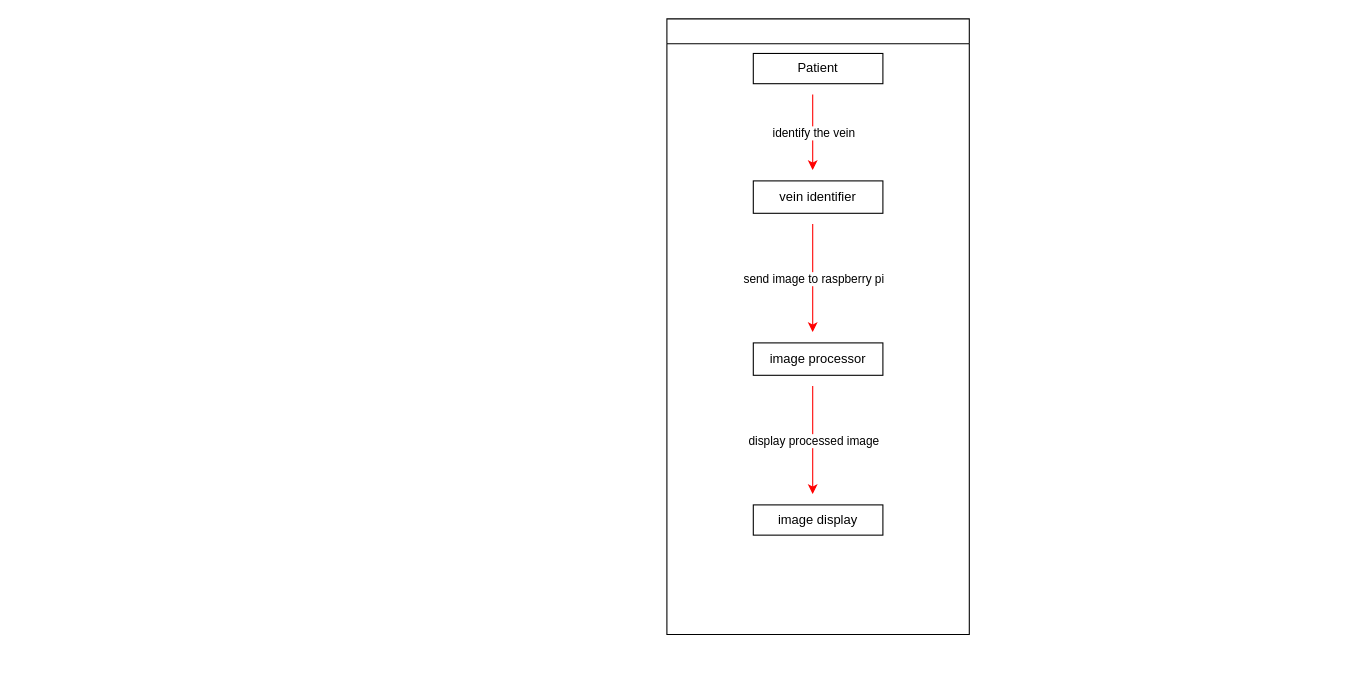
The draw.io diagram diagrams/use case diagram.drawio in PramodhLahiru/final-year, before the edit. Source tidied: cells renumbered, new cells numbered last; positions are measured from the earlier drawing's top-left corner, leaving out a move shared by most shapes. Both pictures are drawn from the tidied source at 108%, with x=0, y=0 at pixel (666, 18).
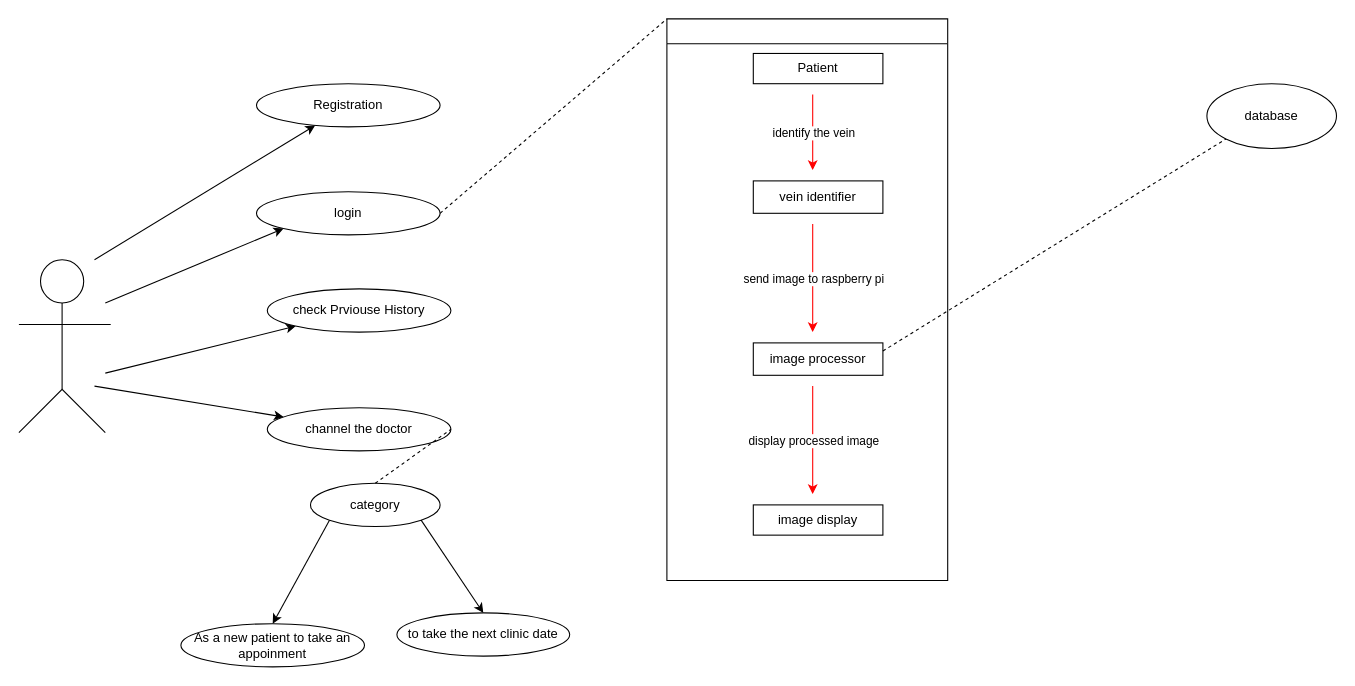
The same diagram, later.

Unchanged cells that the change refers to:
```xml
<mxCell id="5" value="image processor" style="rounded=0;whiteSpace=wrap;html=1;" parent="2" vertex="1">
  <mxGeometry x="80" y="300" width="120" height="30" as="geometry" />
</mxCell>
```

Change to the diagram source:
```diff
@@
     <mxCell id="2" style="swimlane;whiteSpace=wrap;" parent="1" vertex="1">
-      <mxGeometry width="280" height="570" as="geometry" />
+      <mxGeometry width="260" height="520" as="geometry" />
     </mxCell>
@@
+    <mxCell id="13" style="ellipse;whiteSpace=wrap;html=1;" parent="1" vertex="1">
+      <mxGeometry x="-580" y="223" width="40" height="40" as="geometry" />
+    </mxCell>
+    <mxCell id="14" style="endArrow=none;html=1;rounded=0;" parent="1" edge="1">
+      <mxGeometry relative="1" as="geometry">
+        <mxPoint x="-560" y="343" as="sourcePoint" />
+        <mxPoint x="-560" y="263" as="targetPoint" />
+      </mxGeometry>
+    </mxCell>
+    <mxCell id="15" style="endArrow=none;html=1;rounded=0;" parent="1" edge="1">
+      <mxGeometry relative="1" as="geometry">
+        <mxPoint x="-600" y="283" as="sourcePoint" />
+        <mxPoint x="-515" y="283" as="targetPoint" />
+      </mxGeometry>
+    </mxCell>
+    <mxCell id="16" style="endArrow=none;html=1;rounded=0;" parent="1" edge="1">
+      <mxGeometry relative="1" as="geometry">
+        <mxPoint x="-600" y="383" as="sourcePoint" />
+        <mxPoint x="-520" y="383" as="targetPoint" />
+        <Array as="points">
+          <mxPoint x="-560" y="343" />
+        </Array>
+      </mxGeometry>
+    </mxCell>
+    <mxCell id="17" value="Registration" style="ellipse;whiteSpace=wrap;html=1;" parent="1" vertex="1">
+      <mxGeometry x="-380" y="60" width="170" height="40" as="geometry" />
+    </mxCell>
+    <mxCell id="18" value="login" style="ellipse;whiteSpace=wrap;html=1;" parent="1" vertex="1">
+      <mxGeometry x="-380" y="160" width="170" height="40" as="geometry" />
+    </mxCell>
+    <mxCell id="19" value="check Prviouse History" style="ellipse;whiteSpace=wrap;html=1;" parent="1" vertex="1">
+      <mxGeometry x="-370" y="250" width="170" height="40" as="geometry" />
+    </mxCell>
+    <mxCell id="20" value="channel the doctor" style="ellipse;whiteSpace=wrap;html=1;" parent="1" vertex="1">
+      <mxGeometry x="-370" y="360" width="170" height="40" as="geometry" />
+    </mxCell>
+    <mxCell id="21" style="endArrow=classic;html=1;rounded=0;" parent="1" edge="1" target="17">
+      <mxGeometry relative="1" as="geometry">
+        <mxPoint x="-530" y="223" as="sourcePoint" />
+      </mxGeometry>
+    </mxCell>
+    <mxCell id="22" style="endArrow=classic;html=1;rounded=0;entryX=0;entryY=1;entryDx=0;entryDy=0;" parent="1" edge="1" target="18">
+      <mxGeometry relative="1" as="geometry">
+        <mxPoint x="-520" y="263" as="sourcePoint" />
+      </mxGeometry>
+    </mxCell>
+    <mxCell id="23" style="endArrow=classic;html=1;rounded=0;" parent="1" edge="1" target="19">
+      <mxGeometry relative="1" as="geometry">
+        <mxPoint x="-520" y="328" as="sourcePoint" />
+      </mxGeometry>
+    </mxCell>
+    <mxCell id="24" style="endArrow=classic;html=1;rounded=0;" parent="1" edge="1" target="20">
+      <mxGeometry relative="1" as="geometry">
+        <mxPoint x="-530" y="340" as="sourcePoint" />
+      </mxGeometry>
+    </mxCell>
+    <mxCell id="25" value="category" style="ellipse;whiteSpace=wrap;html=1;" parent="1" vertex="1">
+      <mxGeometry x="-330" y="430" width="120" height="40" as="geometry" />
+    </mxCell>
+    <mxCell id="26" style="endArrow=none;dashed=1;html=1;rounded=0;entryX=0;entryY=0;entryDx=0;entryDy=0;" parent="1" edge="1" target="2">
+      <mxGeometry relative="1" as="geometry">
+        <mxPoint x="-210" y="180" as="sourcePoint" />
+      </mxGeometry>
+    </mxCell>
+    <mxCell id="27" style="endArrow=none;dashed=1;html=1;rounded=0;entryX=1;entryY=0.5;entryDx=0;entryDy=0;exitX=0.5;exitY=0;exitDx=0;exitDy=0;" parent="1" edge="1" source="25" target="20">
+      <mxGeometry relative="1" as="geometry" />
+    </mxCell>
+    <mxCell id="28" value="As a new patient to take an appoinment" style="ellipse;whiteSpace=wrap;html=1;" parent="1" vertex="1">
+      <mxGeometry x="-450" y="560" width="170" height="40" as="geometry" />
+    </mxCell>
+    <mxCell id="29" value="to take the next clinic date" style="ellipse;whiteSpace=wrap;html=1;" parent="1" vertex="1">
+      <mxGeometry x="-250" y="550" width="160" height="40" as="geometry" />
+    </mxCell>
+    <mxCell id="30" style="endArrow=classic;html=1;rounded=0;entryX=0.5;entryY=0;entryDx=0;entryDy=0;exitX=0;exitY=1;exitDx=0;exitDy=0;" parent="1" edge="1" source="25" target="28">
+      <mxGeometry relative="1" as="geometry" />
+    </mxCell>
+    <mxCell id="31" style="endArrow=classic;html=1;rounded=0;entryX=0.5;entryY=0;entryDx=0;entryDy=0;exitX=1;exitY=1;exitDx=0;exitDy=0;" parent="1" edge="1" source="25" target="29">
+      <mxGeometry relative="1" as="geometry" />
+    </mxCell>
+    <mxCell id="32" value="database" style="ellipse;whiteSpace=wrap;html=1;" parent="1" vertex="1">
+      <mxGeometry x="500" y="60" width="120" height="60" as="geometry" />
+    </mxCell>
+    <mxCell id="33" style="endArrow=none;dashed=1;html=1;rounded=0;entryX=0;entryY=1;entryDx=0;entryDy=0;exitX=1;exitY=0.25;exitDx=0;exitDy=0;" parent="1" edge="1" source="5" target="32">
+      <mxGeometry relative="1" as="geometry" />
+    </mxCell>
```
